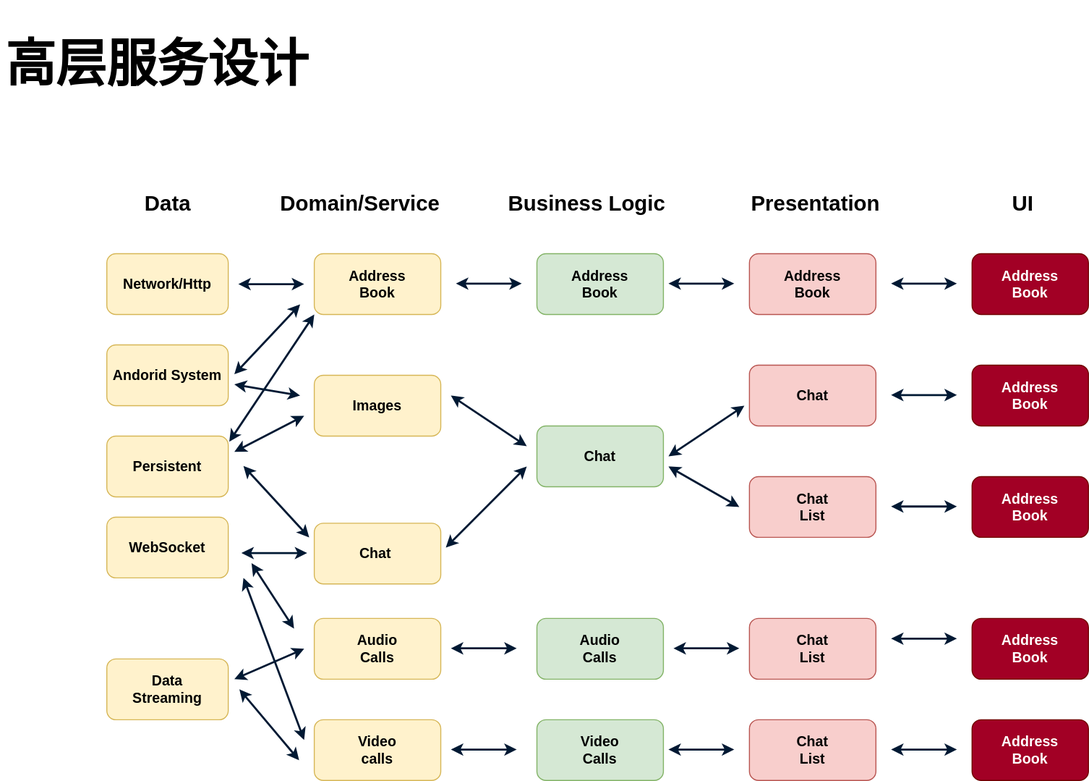
The draw.io diagram systemDesign/graphs/HighLevelClientDesign.drawio.svg in fangzhzh/leetcode, before a commit. Source tidied: cells renumbered, new cells last; positions are measured from the earlier drawing's top-left corner, leaving out a move shared by most shapes.
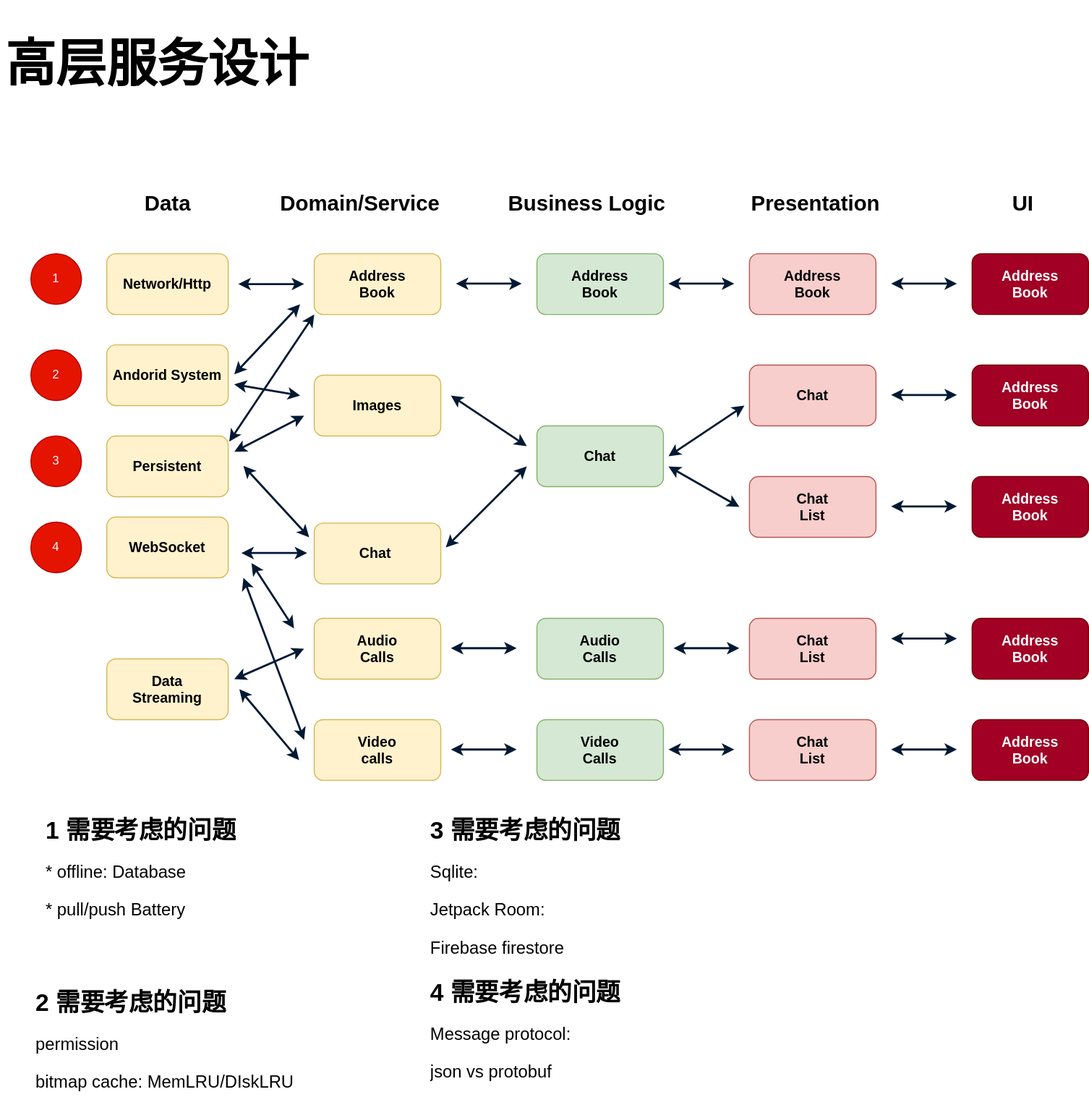
Above is the later version.

Change to the diagram source:
```diff
@@ -325,5 +325,29 @@
         </Array>
       </mxGeometry>
     </mxCell>
+    <mxCell id="58" value="1" style="ellipse;whiteSpace=wrap;html=1;fillColor=#e51400;strokeColor=#B20000;fontColor=#ffffff;" parent="1" vertex="1">
+      <mxGeometry x="30" y="240" width="50" height="50" as="geometry" />
+    </mxCell>
+    <mxCell id="59" value="&lt;h1&gt;1 需要考虑的问题&lt;/h1&gt;&lt;p style=&quot;font-size: 17px&quot;&gt;&lt;font style=&quot;font-size: 17px&quot;&gt;* offline: Database&lt;/font&gt;&lt;/p&gt;&lt;p style=&quot;font-size: 17px&quot;&gt;&lt;font style=&quot;font-size: 17px&quot;&gt;* pull/push Battery&lt;/font&gt;&lt;/p&gt;" style="text;html=1;strokeColor=none;fillColor=none;spacing=5;spacingTop=-20;whiteSpace=wrap;overflow=hidden;rounded=0;" parent="1" vertex="1">
+      <mxGeometry x="40" y="790" width="250" height="120" as="geometry" />
+    </mxCell>
+    <mxCell id="60" value="2" style="ellipse;whiteSpace=wrap;html=1;fillColor=#e51400;strokeColor=#B20000;fontColor=#ffffff;" parent="1" vertex="1">
+      <mxGeometry x="30" y="335" width="50" height="50" as="geometry" />
+    </mxCell>
+    <mxCell id="61" value="&lt;h1&gt;2 需要考虑的问题&lt;/h1&gt;&lt;p style=&quot;font-size: 17px&quot;&gt;&lt;span&gt;permission&lt;/span&gt;&lt;/p&gt;&lt;p style=&quot;font-size: 17px&quot;&gt;bitmap cache: MemLRU/DIskLRU&lt;/p&gt;" style="text;html=1;strokeColor=none;fillColor=none;spacing=5;spacingTop=-20;whiteSpace=wrap;overflow=hidden;rounded=0;" parent="1" vertex="1">
+      <mxGeometry x="30" y="960" width="300" height="120" as="geometry" />
+    </mxCell>
+    <mxCell id="62" value="3" style="ellipse;whiteSpace=wrap;html=1;fillColor=#e51400;strokeColor=#B20000;fontColor=#ffffff;" parent="1" vertex="1">
+      <mxGeometry x="30" y="420" width="50" height="50" as="geometry" />
+    </mxCell>
+    <mxCell id="63" value="&lt;h1&gt;3 需要考虑的问题&lt;/h1&gt;&lt;p style=&quot;font-size: 17px&quot;&gt;Sqlite:&lt;/p&gt;&lt;p style=&quot;font-size: 17px&quot;&gt;Jetpack Room:&lt;/p&gt;&lt;p style=&quot;font-size: 17px&quot;&gt;Firebase firestore&lt;/p&gt;" style="text;html=1;strokeColor=none;fillColor=none;spacing=5;spacingTop=-20;whiteSpace=wrap;overflow=hidden;rounded=0;" parent="1" vertex="1">
+      <mxGeometry x="420" y="790" width="300" height="160" as="geometry" />
+    </mxCell>
+    <mxCell id="64" value="4" style="ellipse;whiteSpace=wrap;html=1;fillColor=#e51400;strokeColor=#B20000;fontColor=#ffffff;" parent="1" vertex="1">
+      <mxGeometry x="30" y="505" width="50" height="50" as="geometry" />
+    </mxCell>
+    <mxCell id="65" value="&lt;h1&gt;4 需要考虑的问题&lt;/h1&gt;&lt;p style=&quot;font-size: 17px&quot;&gt;Message protocol:&amp;nbsp;&lt;/p&gt;&lt;p style=&quot;font-size: 17px&quot;&gt;json vs protobuf&lt;/p&gt;" style="text;html=1;strokeColor=none;fillColor=none;spacing=5;spacingTop=-20;whiteSpace=wrap;overflow=hidden;rounded=0;" parent="1" vertex="1">
+      <mxGeometry x="420" y="950" width="300" height="130" as="geometry" />
+    </mxCell>
   </root>
 </mxGraphModel>
```
